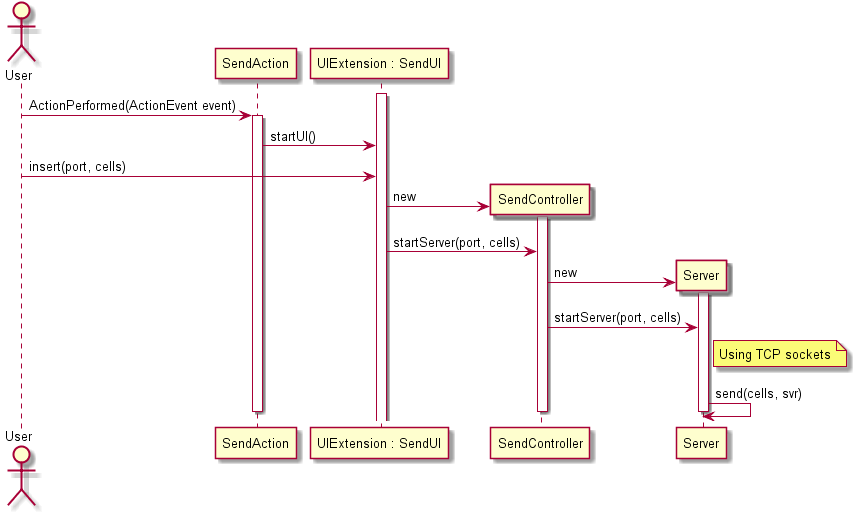
This is docs/1100859/rail5_w1/diagrams/sd_send_server.png from askpt/LAPR4, a PlantUML export, as it was before one commit.
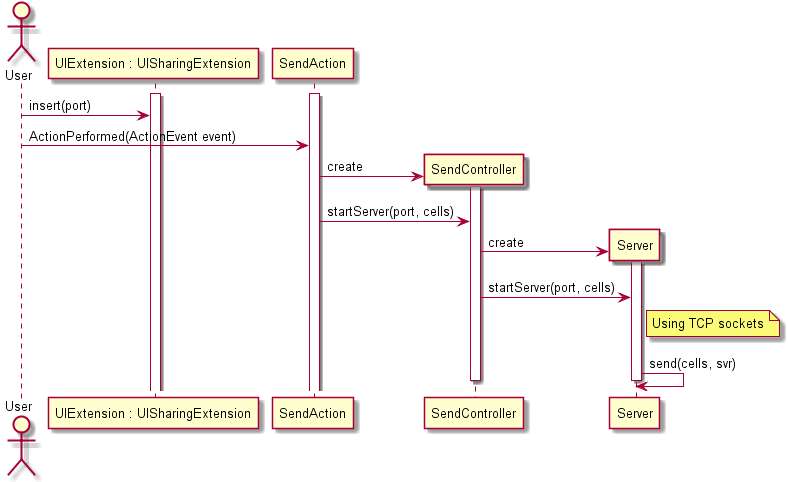
Above is the later version.

Change to the diagram source:
```diff
@@ -1,21 +1,21 @@
 @startuml doc-files/sd_send_server.png
 Actor User as us
+participant "UIExtension : UISharingExtension" as sui
 participant SendAction as sa
-participant "UIExtension : SendUI" as sui
 participant SendController as sc
 participant Server as svr
 
 activate sui
+activate sa
+us -> sui : insert(port)
 us -> sa : ActionPerformed(ActionEvent event)
-activate sa
-sa -> sui : startUI()
-us -> sui : insert(port, cells)
+
 Create sc
-sui -> sc : new
+sa -> sc : create
 activate sc
-sui -> sc : startServer(port, cells)
+sa -> sc : startServer(port, cells)
 Create svr
-sc -> svr : new
+sc -> svr : create
 activate svr
 sc -> svr : startServer(port, cells)
 note right svr
@@ -24,6 +24,5 @@
 svr -> svr : send(cells, svr)
 deactivate svr
 deactivate sc
-deactivate sa
 
 @enduml
```
